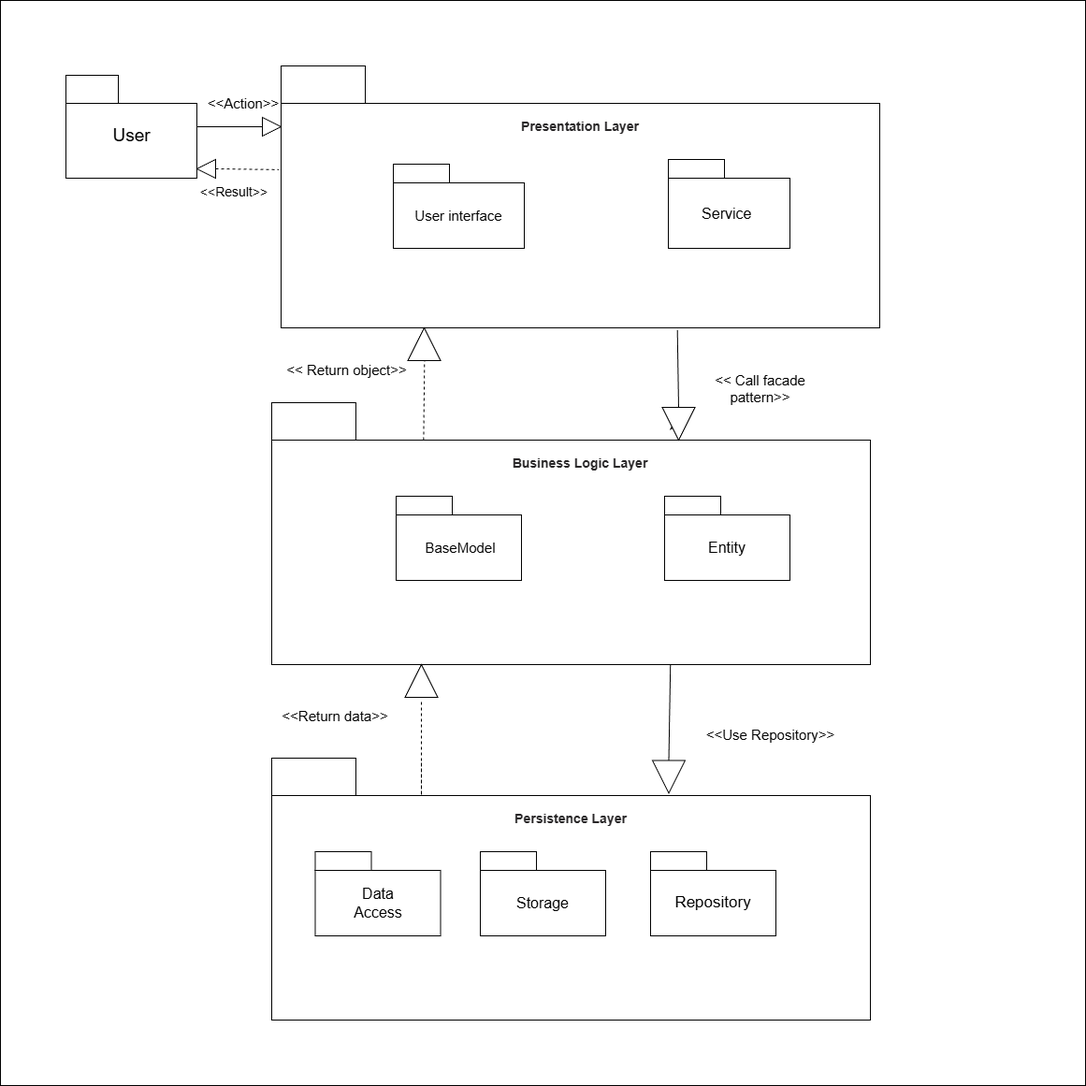
This is Part1/diagramme/Package.png from Ravou/holbertonschool-hbnb, a draw.io export, as it was before one commit. Source tidied: cells renumbered, new cells last; positions are measured from the earlier drawing's top-left corner, leaving out a move shared by most shapes.
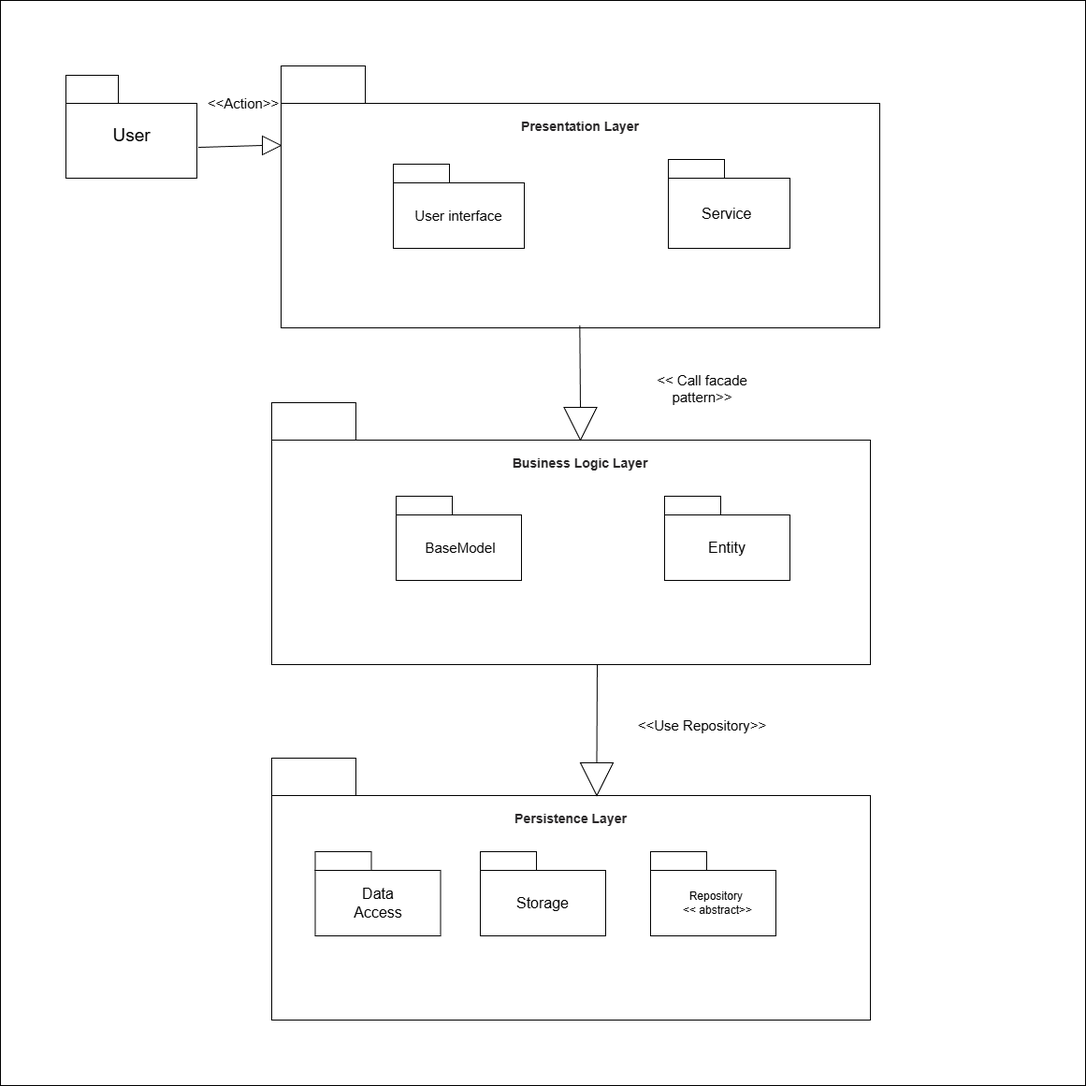
After the change.

Commit message:
change delet return arrow

Change to the diagram source:
```diff
@@ -74,74 +74,24 @@
     <mxCell id="25" value="&lt;strong style=&quot;box-sizing: border-box; font-weight: bold; color: rgb(41, 39, 40); font-family: aktiv-grotesk, sans-serif; font-size: 14px; text-align: left; background-color: rgb(255, 255, 255);&quot;&gt;Persistence Layer&lt;/strong&gt;" style="text;html=1;align=center;verticalAlign=middle;whiteSpace=wrap;rounded=0;" parent="1" vertex="1">
       <mxGeometry x="535" y="860" width="150" height="30" as="geometry" />
     </mxCell>
-    <mxCell id="26" style="endArrow=none;dashed=1;html=1;rounded=0;entryX=0.002;entryY=0.104;entryDx=0;entryDy=0;entryPerimeter=0;" parent="1" edge="1" source="28" target="6">
-      <mxGeometry relative="1" as="geometry">
-        <Array as="points">
-          <mxPoint x="270" y="135" />
-        </Array>
-      </mxGeometry>
-    </mxCell>
-    <mxCell id="27" style="triangle;whiteSpace=wrap;html=1;direction=west;" parent="1" vertex="1">
-      <mxGeometry x="210" y="170" width="20" height="20" as="geometry" />
-    </mxCell>
     <mxCell id="28" style="triangle;whiteSpace=wrap;html=1;" parent="1" vertex="1">
-      <mxGeometry x="280" y="125" width="20" height="20" as="geometry" />
+      <mxGeometry x="280" y="145" width="20" height="20" as="geometry" />
     </mxCell>
-    <mxCell id="29" style="edgeStyle=orthogonalEdgeStyle;rounded=0;jettySize=auto;html=1;exitX=0.5;exitY=1;exitDx=0;exitDy=0;" parent="1" edge="1" source="30">
-      <mxGeometry relative="1" as="geometry">
-        <mxPoint x="720" y="450" as="targetPoint" />
-      </mxGeometry>
-    </mxCell>
     <mxCell id="30" style="triangle;whiteSpace=wrap;html=1;direction=south;" parent="1" vertex="1">
-      <mxGeometry x="707.5" y="435" width="35" height="35" as="geometry" />
+      <mxGeometry x="602.5" y="435" width="35" height="35" as="geometry" />
     </mxCell>
     <mxCell id="31" style="triangle;whiteSpace=wrap;html=1;direction=south;" parent="1" vertex="1">
-      <mxGeometry x="697" y="812.5" width="35" height="35" as="geometry" />
+      <mxGeometry x="620" y="815" width="35" height="35" as="geometry" />
     </mxCell>
-    <mxCell id="32" style="triangle;whiteSpace=wrap;html=1;direction=north;" parent="1" vertex="1">
-      <mxGeometry x="432.5" y="710" width="35" height="35" as="geometry" />
-    </mxCell>
-    <mxCell id="33" style="triangle;whiteSpace=wrap;html=1;direction=north;" parent="1" vertex="1">
-      <mxGeometry x="435.5" y="350" width="35" height="35" as="geometry" />
-    </mxCell>
-    <mxCell id="34" style="endArrow=none;dashed=1;html=1;rounded=0;" parent="1" edge="1">
-      <mxGeometry relative="1" as="geometry">
-        <mxPoint x="450" y="815" as="sourcePoint" />
-        <mxPoint x="450" y="750" as="targetPoint" />
-        <Array as="points">
-          <mxPoint x="450" y="850" />
-        </Array>
-      </mxGeometry>
-    </mxCell>
-    <mxCell id="35" style="endArrow=none;dashed=1;html=1;rounded=0;entryX=0.664;entryY=1.001;entryDx=0;entryDy=0;entryPerimeter=0;" parent="1" edge="1">
-      <mxGeometry relative="1" as="geometry">
-        <mxPoint x="452.4" y="470" as="sourcePoint" />
-        <mxPoint x="453.3" y="385.2" as="targetPoint" />
-      </mxGeometry>
-    </mxCell>
     <mxCell id="36" value="&lt;font style=&quot;font-size: 15px;&quot;&gt;&amp;lt;&amp;lt;Action&amp;gt;&amp;gt;&lt;/font&gt;" style="text;html=1;align=center;verticalAlign=middle;whiteSpace=wrap;rounded=0;" parent="1" vertex="1">
       <mxGeometry x="230" y="95" width="60" height="30" as="geometry" />
     </mxCell>
-    <mxCell id="37" value="&lt;font style=&quot;font-size: 14px;&quot;&gt;&amp;lt;&amp;lt;Result&amp;gt;&amp;gt;&lt;/font&gt;" style="text;html=1;align=center;verticalAlign=middle;whiteSpace=wrap;rounded=0;" parent="1" vertex="1">
-      <mxGeometry x="220" y="190" width="60" height="30" as="geometry" />
-    </mxCell>
     <mxCell id="38" value="&lt;font style=&quot;font-size: 15px;&quot;&gt;&lt;font style=&quot;&quot;&gt;&amp;lt;&amp;lt;&amp;nbsp;&lt;/font&gt;&lt;span style=&quot;background-color: transparent; color: light-dark(rgb(0, 0, 0), rgb(255, 255, 255));&quot;&gt;Call facade pattern&amp;gt;&amp;gt;&lt;/span&gt;&lt;/font&gt;" style="text;html=1;align=center;verticalAlign=middle;whiteSpace=wrap;rounded=0;" parent="1" vertex="1">
-      <mxGeometry x="749" y="400" width="127" height="30" as="geometry" />
+      <mxGeometry x="687" y="400" width="127" height="30" as="geometry" />
     </mxCell>
     <mxCell id="39" value="&lt;font style=&quot;font-size: 15px;&quot;&gt;&amp;lt;&amp;lt;Use Repository&amp;gt;&amp;gt;&lt;/font&gt;" style="text;html=1;align=center;verticalAlign=middle;whiteSpace=wrap;rounded=0;" parent="1" vertex="1">
-      <mxGeometry x="745" y="770" width="157" height="30" as="geometry" />
+      <mxGeometry x="672" y="760" width="157" height="30" as="geometry" />
     </mxCell>
-    <mxCell id="40" value="&lt;font style=&quot;font-size: 15px;&quot;&gt;&amp;lt;&amp;lt; Return object&amp;gt;&amp;gt;&lt;/font&gt;" style="text;html=1;align=center;verticalAlign=middle;whiteSpace=wrap;rounded=0;" parent="1" vertex="1">
-      <mxGeometry x="300" y="380" width="141" height="30" as="geometry" />
-    </mxCell>
-    <mxCell id="41" style="endArrow=none;dashed=1;html=1;rounded=0;exitX=0;exitY=0.5;exitDx=0;exitDy=0;entryX=-0.004;entryY=0.32;entryDx=0;entryDy=0;entryPerimeter=0;" parent="1" edge="1" source="27">
-      <mxGeometry relative="1" as="geometry">
-        <mxPoint x="297.4" y="180.9" as="targetPoint" />
-      </mxGeometry>
-    </mxCell>
-    <mxCell id="42" value="&lt;font style=&quot;font-size: 15px;&quot;&gt;&amp;lt;&amp;lt;Return data&amp;gt;&amp;gt;&lt;/font&gt;" style="text;html=1;align=center;verticalAlign=middle;whiteSpace=wrap;rounded=0;" parent="1" vertex="1">
-      <mxGeometry x="290" y="750" width="136" height="30" as="geometry" />
-    </mxCell>
     <mxCell id="43" style="rounded=0;whiteSpace=wrap;html=1;" parent="1" vertex="1">
       <mxGeometry x="423" y="530" width="60" height="20" as="geometry" />
     </mxCell>
@@ -151,25 +101,24 @@
     <mxCell id="45" style="rounded=0;whiteSpace=wrap;html=1;" parent="1" vertex="1">
       <mxGeometry x="695" y="910" width="60" height="20" as="geometry" />
     </mxCell>
-    <mxCell id="46" style="endArrow=none;html=1;rounded=0;entryX=0;entryY=0.5;entryDx=0;entryDy=0;" parent="1" edge="1" target="28">
-      <mxGeometry relative="1" as="geometry">
-        <mxPoint x="210" y="135" as="sourcePoint" />
-      </mxGeometry>
-    </mxCell>
     <mxCell id="47" style="rounded=0;whiteSpace=wrap;html=1;" parent="1" vertex="1">
       <mxGeometry x="336.5" y="930" width="134" height="70" as="geometry" />
     </mxCell>
     <mxCell id="48" style="rounded=0;whiteSpace=wrap;html=1;" parent="1" vertex="1">
       <mxGeometry x="336.5" y="910" width="60" height="20" as="geometry" />
     </mxCell>
-    <mxCell id="49" value="&lt;font style=&quot;font-size: 17px;&quot;&gt;Repository&lt;/font&gt;" style="text;html=1;align=center;verticalAlign=middle;whiteSpace=wrap;rounded=0;" parent="1" vertex="1">
-      <mxGeometry x="732" y="950" width="60" height="30" as="geometry" />
+    <mxCell id="49" value="&lt;font&gt;Repository&amp;nbsp;&lt;/font&gt;&lt;div&gt;&lt;font&gt;&amp;lt;&amp;lt; abstract&amp;gt;&amp;gt;&lt;/font&gt;&lt;/div&gt;" style="text;html=1;align=center;verticalAlign=middle;whiteSpace=wrap;rounded=0;" parent="1" vertex="1">
+      <mxGeometry x="727" y="950" width="80" height="30" as="geometry" />
     </mxCell>
-    <mxCell id="50" style="endArrow=none;html=1;rounded=0;exitX=0;exitY=0.5;exitDx=0;exitDy=0;entryX=0.662;entryY=1.01;entryDx=0;entryDy=0;entryPerimeter=0;" parent="1" edge="1" source="30" target="6">
-      <mxGeometry relative="1" as="geometry" />
+    <mxCell id="50" style="endArrow=none;html=1;rounded=0;exitX=0;exitY=0.5;exitDx=0;exitDy=0;entryX=0.662;entryY=1.01;entryDx=0;entryDy=0;entryPerimeter=0;" parent="1" edge="1" source="30">
+      <mxGeometry relative="1" as="geometry">
+        <mxPoint x="619.3" y="347.4" as="targetPoint" />
+      </mxGeometry>
     </mxCell>
-    <mxCell id="51" style="endArrow=none;html=1;rounded=0;exitX=0;exitY=0.5;exitDx=0;exitDy=0;entryX=0.666;entryY=1;entryDx=0;entryDy=0;entryPerimeter=0;" parent="1" edge="1" source="31" target="14">
-      <mxGeometry relative="1" as="geometry" />
+    <mxCell id="51" style="endArrow=none;html=1;rounded=0;exitX=0;exitY=0.5;exitDx=0;exitDy=0;" parent="1" edge="1" source="31">
+      <mxGeometry relative="1" as="geometry">
+        <mxPoint x="638" y="710" as="targetPoint" />
+      </mxGeometry>
     </mxCell>
     <mxCell id="52" value="&lt;font style=&quot;font-size: 16px;&quot;&gt;Data Access&lt;/font&gt;" style="text;html=1;align=center;verticalAlign=middle;whiteSpace=wrap;rounded=0;" parent="1" vertex="1">
       <mxGeometry x="374" y="950" width="60" height="30" as="geometry" />
@@ -183,5 +132,8 @@
     <mxCell id="55" style="rounded=0;whiteSpace=wrap;html=1;" parent="1" vertex="1">
       <mxGeometry x="513" y="910" width="60" height="20" as="geometry" />
     </mxCell>
+    <mxCell id="56" style="endArrow=none;html=1;rounded=0;exitX=0;exitY=0.5;exitDx=0;exitDy=0;entryX=1.011;entryY=0.588;entryDx=0;entryDy=0;entryPerimeter=0;" parent="1" edge="1" source="28" target="3">
+      <mxGeometry relative="1" as="geometry" />
+    </mxCell>
   </root>
 </mxGraphModel>
```
